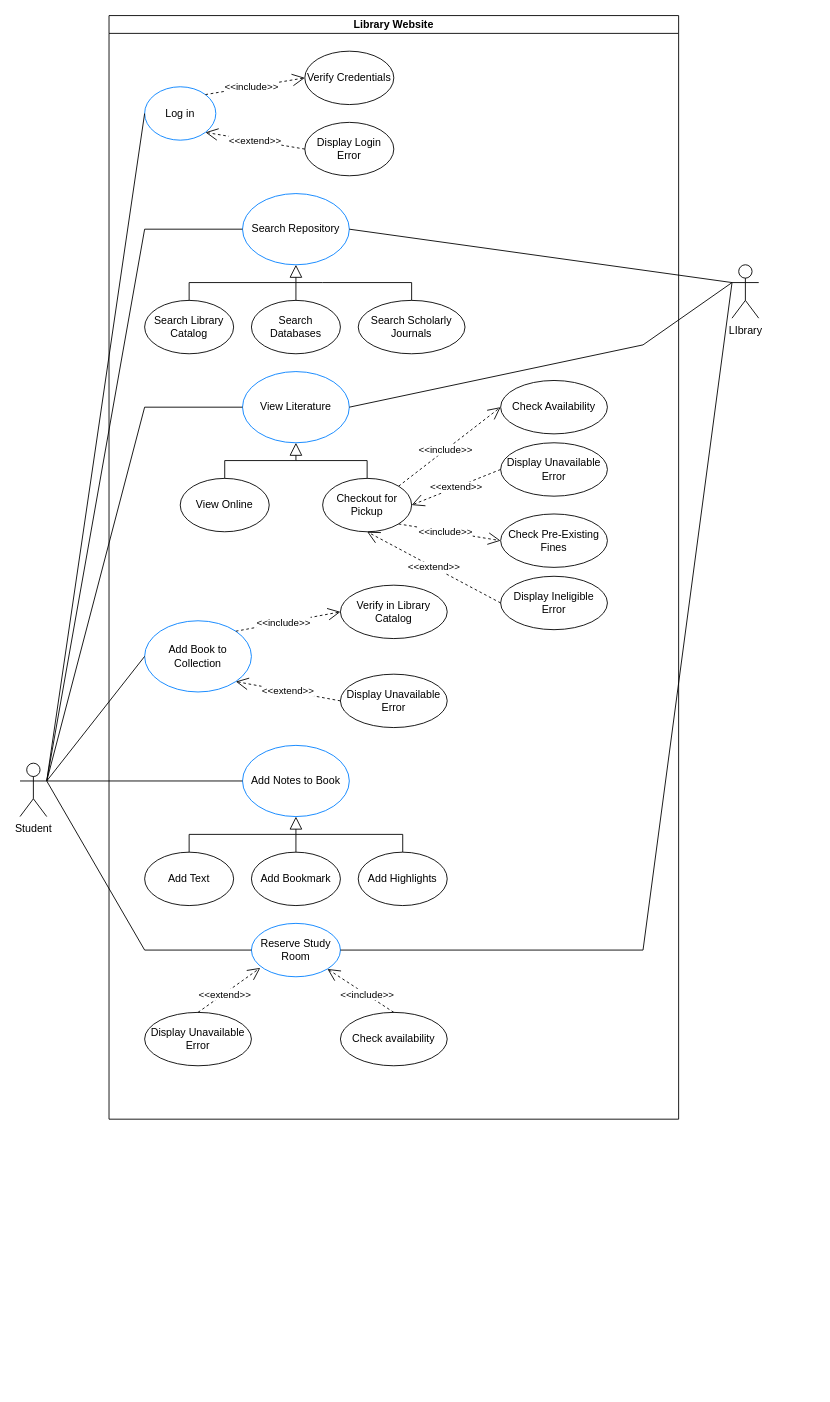
DavidB09/3354-bookworm keeps this draw.io diagram as files/Use Cases.drawio. Above is the earlier version. Source tidied: cells renumbered, new cells numbered last; positions are measured from the earlier drawing's top-left corner, leaving out a move shared by most shapes. Both pictures are drawn from the tidied source at 89%, with x=0, y=0 at pixel (20, 15).
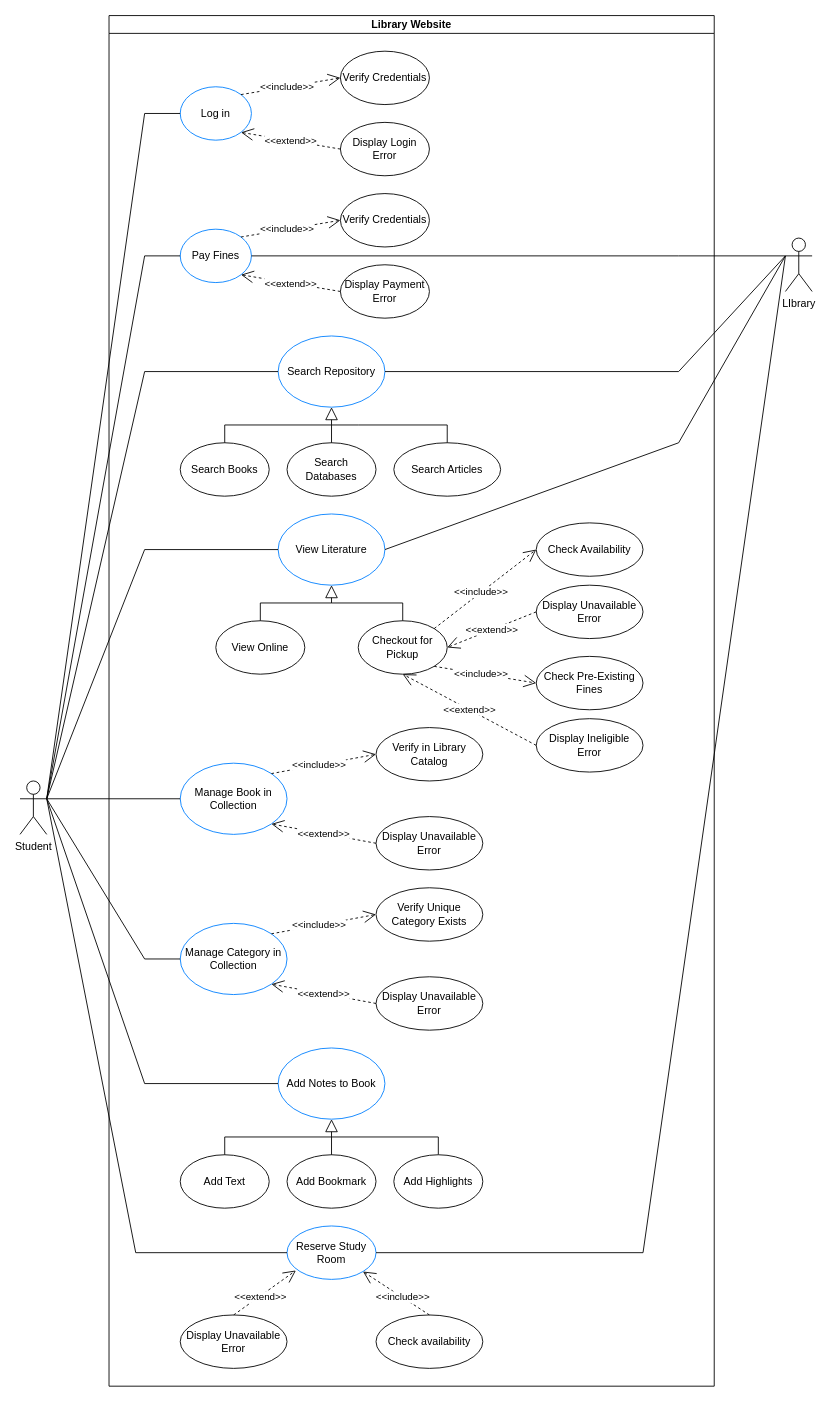
After the change.

Commit message (it also covers changes not shown here):
Update use cases

The edit, as a diff of the source:
```diff
@@
     <mxCell id="2" value="Library Website" style="swimlane;startSize=20;horizontal=1;containerType=tree;" parent="1" vertex="1">
-      <mxGeometry x="100" width="640" height="1240" as="geometry" />
+      <mxGeometry x="100" width="680" height="1540" as="geometry" />
     </mxCell>
     <mxCell id="3" value="Log in" style="ellipse;whiteSpace=wrap;html=1;strokeColor=#0080ff;" parent="2" vertex="1">
-      <mxGeometry x="40" y="80" width="80" height="60" as="geometry" />
+      <mxGeometry x="80" y="80" width="80" height="60" as="geometry" />
     </mxCell>
     <mxCell id="4" value="Verify Credentials" style="ellipse;whiteSpace=wrap;html=1;" parent="2" vertex="1">
-      <mxGeometry x="220" y="40" width="100" height="60" as="geometry" />
+      <mxGeometry x="260" y="40" width="100" height="60" as="geometry" />
     </mxCell>
     <mxCell id="5" value="Display Login Error" style="ellipse;whiteSpace=wrap;html=1;" parent="2" vertex="1">
-      <mxGeometry x="220" y="120" width="100" height="60" as="geometry" />
+      <mxGeometry x="260" y="120" width="100" height="60" as="geometry" />
     </mxCell>
@@
-    <mxCell id="8" value="Search Library Catalog" style="ellipse;whiteSpace=wrap;html=1;" parent="2" vertex="1">
-      <mxGeometry x="40" y="320" width="100" height="60" as="geometry" />
+    <mxCell id="8" value="Search Books" style="ellipse;whiteSpace=wrap;html=1;" parent="2" vertex="1">
+      <mxGeometry x="80" y="480" width="100" height="60" as="geometry" />
     </mxCell>
     <mxCell id="9" value="Search Databases" style="ellipse;whiteSpace=wrap;html=1;" parent="2" vertex="1">
-      <mxGeometry x="160" y="320" width="100" height="60" as="geometry" />
+      <mxGeometry x="200" y="480" width="100" height="60" as="geometry" />
     </mxCell>
-    <mxCell id="10" value="Search Scholarly Journals" style="ellipse;whiteSpace=wrap;html=1;" parent="2" vertex="1">
-      <mxGeometry x="280" y="320" width="120" height="60" as="geometry" />
+    <mxCell id="10" value="Search Articles" style="ellipse;whiteSpace=wrap;html=1;" parent="2" vertex="1">
+      <mxGeometry x="320" y="480" width="120" height="60" as="geometry" />
     </mxCell>
-    <mxCell id="11" value="Add Book to Collection" style="ellipse;whiteSpace=wrap;html=1;strokeColor=#007FFF;" parent="2" vertex="1">
-      <mxGeometry x="40" y="680" width="120" height="80" as="geometry" />
+    <mxCell id="11" value="Manage Book in Collection" style="ellipse;whiteSpace=wrap;html=1;strokeColor=#007FFF;" parent="2" vertex="1">
+      <mxGeometry x="80" y="840" width="120" height="80" as="geometry" />
     </mxCell>
     <mxCell id="12" value="Verify in Library Catalog" style="ellipse;whiteSpace=wrap;html=1;" parent="2" vertex="1">
-      <mxGeometry x="260" y="640" width="120" height="60" as="geometry" />
+      <mxGeometry x="300" y="800" width="120" height="60" as="geometry" />
     </mxCell>
     <mxCell id="13" value="Display Unavailable Error" style="ellipse;whiteSpace=wrap;html=1;" parent="2" vertex="1">
-      <mxGeometry x="260" y="740" width="120" height="60" as="geometry" />
+      <mxGeometry x="300" y="900" width="120" height="60" as="geometry" />
     </mxCell>
@@
     <mxCell id="16" value="Search Repository" style="ellipse;whiteSpace=wrap;html=1;strokeColor=#007FFF;" parent="2" vertex="1">
-      <mxGeometry x="150" y="200" width="120" height="80" as="geometry" />
+      <mxGeometry x="190" y="360" width="120" height="80" as="geometry" />
     </mxCell>
     <mxCell id="17" style="endArrow=block;endFill=0;endSize=12;html=1;rounded=0;exitX=0.5;exitY=0;exitDx=0;exitDy=0;entryX=0.5;entryY=1;entryDx=0;entryDy=0;" parent="2" edge="1" source="8" target="16">
       <mxGeometry relative="1" as="geometry">
         <Array as="points">
-          <mxPoint x="90" y="300" />
-          <mxPoint x="210" y="300" />
+          <mxPoint x="130" y="460" />
+          <mxPoint x="250" y="460" />
         </Array>
       </mxGeometry>
     </mxCell>
     <mxCell id="18" value="Add Notes to Book" style="ellipse;whiteSpace=wrap;html=1;strokeColor=#007FFF;" parent="2" vertex="1">
-      <mxGeometry x="150" y="820" width="120" height="80" as="geometry" />
+      <mxGeometry x="190" y="1160" width="120" height="80" as="geometry" />
     </mxCell>
     <mxCell id="19" value="Add Text" style="ellipse;whiteSpace=wrap;html=1;" parent="2" vertex="1">
-      <mxGeometry x="40" y="940" width="100" height="60" as="geometry" />
+      <mxGeometry x="80" y="1280" width="100" height="60" as="geometry" />
     </mxCell>
     <mxCell id="20" value="Add Bookmark" style="ellipse;whiteSpace=wrap;html=1;" parent="2" vertex="1">
-      <mxGeometry x="160" y="940" width="100" height="60" as="geometry" />
+      <mxGeometry x="200" y="1280" width="100" height="60" as="geometry" />
     </mxCell>
     <mxCell id="21" style="endArrow=none;html=1;rounded=0;exitX=0.5;exitY=0;exitDx=0;exitDy=0;" parent="2" edge="1" source="20">
       <mxGeometry relative="1" as="geometry">
-        <mxPoint x="210" y="920" as="targetPoint" />
+        <mxPoint x="250" y="1260" as="targetPoint" />
       </mxGeometry>
     </mxCell>
     <mxCell id="22" style="endArrow=none;html=1;rounded=0;entryX=0.5;entryY=0;entryDx=0;entryDy=0;" parent="2" edge="1" target="23">
       <mxGeometry relative="1" as="geometry">
-        <mxPoint x="210" y="920" as="sourcePoint" />
+        <mxPoint x="250" y="1260" as="sourcePoint" />
         <Array as="points">
-          <mxPoint x="330" y="920" />
+          <mxPoint x="370" y="1260" />
         </Array>
       </mxGeometry>
     </mxCell>
     <mxCell id="23" value="Add Highlights" style="ellipse;whiteSpace=wrap;html=1;" parent="2" vertex="1">
-      <mxGeometry x="280" y="940" width="100" height="60" as="geometry" />
+      <mxGeometry x="320" y="1280" width="100" height="60" as="geometry" />
     </mxCell>
     <mxCell id="24" style="endArrow=block;endFill=0;endSize=12;html=1;rounded=0;exitX=0.5;exitY=0;exitDx=0;exitDy=0;entryX=0.5;entryY=1;entryDx=0;entryDy=0;" parent="2" edge="1" source="19" target="18">
       <mxGeometry relative="1" as="geometry">
         <Array as="points">
-          <mxPoint x="90" y="920" />
-          <mxPoint x="210" y="920" />
+          <mxPoint x="130" y="1260" />
+          <mxPoint x="250" y="1260" />
         </Array>
       </mxGeometry>
     </mxCell>
     <mxCell id="25" value="View Literature" style="ellipse;whiteSpace=wrap;html=1;strokeColor=#007FFF;" parent="2" vertex="1">
-      <mxGeometry x="150" y="400" width="120" height="80" as="geometry" />
+      <mxGeometry x="190" y="560" width="120" height="80" as="geometry" />
     </mxCell>
     <mxCell id="26" value="View Online" style="ellipse;whiteSpace=wrap;html=1;" parent="2" vertex="1">
-      <mxGeometry x="80" y="520" width="100" height="60" as="geometry" />
+      <mxGeometry x="120" y="680" width="100" height="60" as="geometry" />
     </mxCell>
     <mxCell id="27" value="Checkout for Pickup" style="ellipse;whiteSpace=wrap;html=1;" parent="2" vertex="1">
-      <mxGeometry x="240" y="520" width="100" height="60" as="geometry" />
+      <mxGeometry x="280" y="680" width="100" height="60" as="geometry" />
     </mxCell>
     <mxCell id="28" value="Check Availability" style="ellipse;whiteSpace=wrap;html=1;" parent="2" vertex="1">
-      <mxGeometry x="440" y="410" width="120" height="60" as="geometry" />
+      <mxGeometry x="480" y="570" width="120" height="60" as="geometry" />
     </mxCell>
     <mxCell id="29" value="Display Unavailable Error" style="ellipse;whiteSpace=wrap;html=1;" parent="2" vertex="1">
-      <mxGeometry x="440" y="480" width="120" height="60" as="geometry" />
+      <mxGeometry x="480" y="640" width="120" height="60" as="geometry" />
     </mxCell>
@@
     <mxCell id="32" style="endArrow=block;endFill=0;endSize=12;html=1;rounded=0;exitX=0.5;exitY=0;exitDx=0;exitDy=0;entryX=0.5;entryY=1;entryDx=0;entryDy=0;" parent="2" edge="1" source="26" target="25">
       <mxGeometry relative="1" as="geometry">
         <Array as="points">
-          <mxPoint x="130" y="500" />
-          <mxPoint x="210" y="500" />
+          <mxPoint x="170" y="660" />
+          <mxPoint x="250" y="660" />
         </Array>
       </mxGeometry>
     </mxCell>
     <mxCell id="33" value="Reserve Study Room" style="ellipse;whiteSpace=wrap;html=1;strokeColor=#007FFF;" parent="2" vertex="1">
-      <mxGeometry x="160" y="1020" width="100" height="60" as="geometry" />
+      <mxGeometry x="200" y="1360" width="100" height="60" as="geometry" />
     </mxCell>
     <mxCell id="34" value="Check availability" style="ellipse;whiteSpace=wrap;html=1;" parent="2" vertex="1">
-      <mxGeometry x="260" y="1120" width="120" height="60" as="geometry" />
+      <mxGeometry x="300" y="1460" width="120" height="60" as="geometry" />
     </mxCell>
     <mxCell id="35" value="Display Unavailable Error" style="ellipse;whiteSpace=wrap;html=1;" parent="2" vertex="1">
-      <mxGeometry x="40" y="1120" width="120" height="60" as="geometry" />
+      <mxGeometry x="80" y="1460" width="120" height="60" as="geometry" />
     </mxCell>
@@
     <mxCell id="37" value="Check Pre-Existing Fines" style="ellipse;whiteSpace=wrap;html=1;" parent="2" vertex="1">
-      <mxGeometry x="440" y="560" width="120" height="60" as="geometry" />
+      <mxGeometry x="480" y="720" width="120" height="60" as="geometry" />
     </mxCell>
     <mxCell id="38" value="Display Ineligible Error" style="ellipse;whiteSpace=wrap;html=1;" parent="2" vertex="1">
-      <mxGeometry x="440" y="630" width="120" height="60" as="geometry" />
+      <mxGeometry x="480" y="790" width="120" height="60" as="geometry" />
     </mxCell>
@@
+    <mxCell id="56" value="Manage Category in Collection" style="ellipse;whiteSpace=wrap;html=1;strokeColor=#007FFF;" parent="2" vertex="1">
+      <mxGeometry x="80" y="1020" width="120" height="80" as="geometry" />
+    </mxCell>
+    <mxCell id="57" value="Verify Unique Category Exists" style="ellipse;whiteSpace=wrap;html=1;" parent="2" vertex="1">
+      <mxGeometry x="300" y="980" width="120" height="60" as="geometry" />
+    </mxCell>
+    <mxCell id="58" value="Display Unavailable Error" style="ellipse;whiteSpace=wrap;html=1;" parent="2" vertex="1">
+      <mxGeometry x="300" y="1080" width="120" height="60" as="geometry" />
+    </mxCell>
+    <mxCell id="59" value="&amp;lt;&amp;lt;include&amp;gt;&amp;gt;" style="endArrow=open;endSize=12;dashed=1;html=1;rounded=0;exitX=1;exitY=0;exitDx=0;exitDy=0;entryX=0;entryY=0.5;entryDx=0;entryDy=0;" parent="2" edge="1" source="56" target="57">
+      <mxGeometry x="-0.09" relative="1" as="geometry" />
+    </mxCell>
+    <mxCell id="60" value="&amp;lt;&amp;lt;extend&amp;gt;&amp;gt;" style="endArrow=open;endSize=12;dashed=1;html=1;rounded=0;entryX=1;entryY=1;entryDx=0;entryDy=0;exitX=0;exitY=0.5;exitDx=0;exitDy=0;" parent="2" edge="1" source="58" target="56">
+      <mxGeometry relative="1" as="geometry" />
+    </mxCell>
+    <mxCell id="61" value="Pay Fines" style="ellipse;whiteSpace=wrap;html=1;strokeColor=#0080ff;" parent="2" vertex="1">
+      <mxGeometry x="80" y="240" width="80" height="60" as="geometry" />
+    </mxCell>
+    <mxCell id="62" value="Verify Credentials" style="ellipse;whiteSpace=wrap;html=1;" parent="2" vertex="1">
+      <mxGeometry x="260" y="200" width="100" height="60" as="geometry" />
+    </mxCell>
+    <mxCell id="63" value="Display Payment Error" style="ellipse;whiteSpace=wrap;html=1;" parent="2" vertex="1">
+      <mxGeometry x="260" y="280" width="100" height="60" as="geometry" />
+    </mxCell>
+    <mxCell id="64" value="&amp;lt;&amp;lt;include&amp;gt;&amp;gt;" style="endArrow=open;endSize=12;dashed=1;html=1;rounded=0;exitX=1;exitY=0;exitDx=0;exitDy=0;entryX=0;entryY=0.5;entryDx=0;entryDy=0;" parent="2" edge="1" source="61" target="62">
+      <mxGeometry x="-0.09" relative="1" as="geometry" />
+    </mxCell>
+    <mxCell id="65" value="&amp;lt;&amp;lt;extend&amp;gt;&amp;gt;" style="endArrow=open;endSize=12;dashed=1;html=1;rounded=0;entryX=1;entryY=1;entryDx=0;entryDy=0;exitX=0;exitY=0.5;exitDx=0;exitDy=0;" parent="2" edge="1" source="63" target="61">
+      <mxGeometry relative="1" as="geometry" />
+    </mxCell>
     <mxCell id="41" style="endArrow=none;html=1;rounded=0;exitX=0.5;exitY=0;exitDx=0;exitDy=0;" parent="1" edge="1" source="9">
       <mxGeometry relative="1" as="geometry">
-        <mxPoint x="310" y="300" as="targetPoint" />
+        <mxPoint x="350" y="460" as="targetPoint" />
       </mxGeometry>
     </mxCell>
     <mxCell id="42" style="endArrow=none;html=1;rounded=0;entryX=0.5;entryY=0;entryDx=0;entryDy=0;" parent="1" edge="1" target="10">
       <mxGeometry relative="1" as="geometry">
-        <mxPoint x="310" y="300" as="sourcePoint" />
+        <mxPoint x="350" y="460" as="sourcePoint" />
         <Array as="points">
-          <mxPoint x="340" y="300" />
-          <mxPoint x="440" y="300" />
+          <mxPoint x="380" y="460" />
+          <mxPoint x="480" y="460" />
         </Array>
       </mxGeometry>
     </mxCell>
     <mxCell id="43" style="endArrow=none;html=1;rounded=0;exitX=0.5;exitY=0;exitDx=0;exitDy=0;" parent="1" edge="1" source="27">
       <mxGeometry relative="1" as="geometry">
-        <mxPoint x="310" y="500" as="targetPoint" />
+        <mxPoint x="350" y="660" as="targetPoint" />
         <Array as="points">
-          <mxPoint x="390" y="500" />
+          <mxPoint x="430" y="660" />
         </Array>
       </mxGeometry>
     </mxCell>
     <mxCell id="44" value="Student" style="shape=umlActor;verticalLabelPosition=bottom;verticalAlign=top;html=1;" parent="1" vertex="1">
-      <mxGeometry y="840" width="30" height="60" as="geometry" />
+      <mxGeometry y="860" width="30" height="60" as="geometry" />
     </mxCell>
     <mxCell id="45" style="endArrow=none;html=1;rounded=0;exitX=1;exitY=0.3333333333333333;exitDx=0;exitDy=0;exitPerimeter=0;entryX=0;entryY=0.5;entryDx=0;entryDy=0;" parent="1" edge="1" source="44" target="3">
-      <mxGeometry relative="1" as="geometry" />
+      <mxGeometry relative="1" as="geometry">
+        <Array as="points">
+          <mxPoint x="140" y="110" />
+        </Array>
+      </mxGeometry>
     </mxCell>
     <mxCell id="46" style="endArrow=none;html=1;rounded=0;exitX=1;exitY=0.3333333333333333;exitDx=0;exitDy=0;exitPerimeter=0;entryX=0;entryY=0.5;entryDx=0;entryDy=0;" parent="1" edge="1" source="44" target="16">
       <mxGeometry relative="1" as="geometry">
         <Array as="points">
-          <mxPoint x="140" y="240" />
+          <mxPoint x="140" y="400" />
         </Array>
       </mxGeometry>
     </mxCell>
     <mxCell id="47" style="endArrow=none;html=1;rounded=0;exitX=1;exitY=0.3333333333333333;exitDx=0;exitDy=0;exitPerimeter=0;entryX=0;entryY=0.5;entryDx=0;entryDy=0;" parent="1" edge="1" source="44" target="25">
       <mxGeometry relative="1" as="geometry">
         <Array as="points">
-          <mxPoint x="140" y="440" />
+          <mxPoint x="140" y="600" />
         </Array>
       </mxGeometry>
     </mxCell>
@@
     <mxCell id="49" value="&amp;lt;&amp;lt;extend&amp;gt;&amp;gt;" style="endArrow=open;endSize=12;dashed=1;html=1;rounded=0;exitX=0.5;exitY=0;exitDx=0;exitDy=0;" parent="1" edge="1" source="35">
       <mxGeometry x="-0.16" y="-1" relative="1" as="geometry">
-        <mxPoint x="270" y="1070" as="targetPoint" />
+        <mxPoint x="310" y="1410" as="targetPoint" />
       </mxGeometry>
     </mxCell>
     <mxCell id="50" style="endArrow=none;html=1;rounded=0;exitX=1;exitY=0.3333333333333333;exitDx=0;exitDy=0;exitPerimeter=0;entryX=0;entryY=0.5;entryDx=0;entryDy=0;" parent="1" edge="1" source="44" target="18">
-      <mxGeometry relative="1" as="geometry" />
+      <mxGeometry relative="1" as="geometry">
+        <Array as="points">
+          <mxPoint x="140" y="1200" />
+        </Array>
+      </mxGeometry>
     </mxCell>
     <mxCell id="51" style="endArrow=none;html=1;rounded=0;exitX=1;exitY=0.3333333333333333;exitDx=0;exitDy=0;exitPerimeter=0;entryX=0;entryY=0.5;entryDx=0;entryDy=0;" parent="1" edge="1" source="44" target="33">
       <mxGeometry relative="1" as="geometry">
         <Array as="points">
-          <mxPoint x="140" y="1050" />
+          <mxPoint x="130" y="1390" />
         </Array>
       </mxGeometry>
     </mxCell>
     <mxCell id="52" value="LIbrary" style="shape=umlActor;verticalLabelPosition=bottom;verticalAlign=top;html=1;outlineConnect=0;" parent="1" vertex="1">
-      <mxGeometry x="800" y="280" width="30" height="60" as="geometry" />
+      <mxGeometry x="860" y="250" width="30" height="60" as="geometry" />
     </mxCell>
     <mxCell id="53" style="endArrow=none;html=1;rounded=0;exitX=1;exitY=0.5;exitDx=0;exitDy=0;entryX=0;entryY=0.3333333333333333;entryDx=0;entryDy=0;entryPerimeter=0;" parent="1" edge="1" source="16" target="52">
-      <mxGeometry relative="1" as="geometry" />
+      <mxGeometry relative="1" as="geometry">
+        <Array as="points">
+          <mxPoint x="740" y="400" />
+        </Array>
+      </mxGeometry>
     </mxCell>
     <mxCell id="54" style="endArrow=none;html=1;rounded=0;entryX=0;entryY=0.3333333333333333;entryDx=0;entryDy=0;entryPerimeter=0;exitX=1;exitY=0.5;exitDx=0;exitDy=0;" parent="1" edge="1" source="25" target="52">
       <mxGeometry relative="1" as="geometry">
         <Array as="points">
-          <mxPoint x="700" y="370" />
+          <mxPoint x="740" y="480" />
         </Array>
       </mxGeometry>
     </mxCell>
     <mxCell id="55" style="endArrow=none;html=1;rounded=0;entryX=0;entryY=0.3333333333333333;entryDx=0;entryDy=0;entryPerimeter=0;exitX=1;exitY=0.5;exitDx=0;exitDy=0;" parent="1" edge="1" source="33" target="52">
       <mxGeometry relative="1" as="geometry">
         <Array as="points">
-          <mxPoint x="700" y="1050" />
+          <mxPoint x="700" y="1390" />
         </Array>
       </mxGeometry>
     </mxCell>
+    <mxCell id="66" style="endArrow=none;html=1;rounded=0;exitX=1;exitY=0.3333333333333333;exitDx=0;exitDy=0;exitPerimeter=0;entryX=0;entryY=0.5;entryDx=0;entryDy=0;" parent="1" edge="1" source="44" target="61">
+      <mxGeometry relative="1" as="geometry">
+        <Array as="points">
+          <mxPoint x="140" y="270" />
+        </Array>
+      </mxGeometry>
+    </mxCell>
+    <mxCell id="67" style="endArrow=none;html=1;rounded=0;exitX=1;exitY=0.3333333333333333;exitDx=0;exitDy=0;exitPerimeter=0;entryX=0;entryY=0.5;entryDx=0;entryDy=0;" parent="1" edge="1" source="44" target="56">
+      <mxGeometry relative="1" as="geometry">
+        <Array as="points">
+          <mxPoint x="140" y="1060" />
+        </Array>
+      </mxGeometry>
+    </mxCell>
+    <mxCell id="68" style="endArrow=none;html=1;rounded=0;exitX=1;exitY=0.5;exitDx=0;exitDy=0;entryX=0;entryY=0.3333333333333333;entryDx=0;entryDy=0;entryPerimeter=0;" parent="1" edge="1" source="61" target="52">
+      <mxGeometry relative="1" as="geometry">
+        <Array as="points">
+          <mxPoint x="740" y="270" />
+        </Array>
+      </mxGeometry>
+    </mxCell>
```
